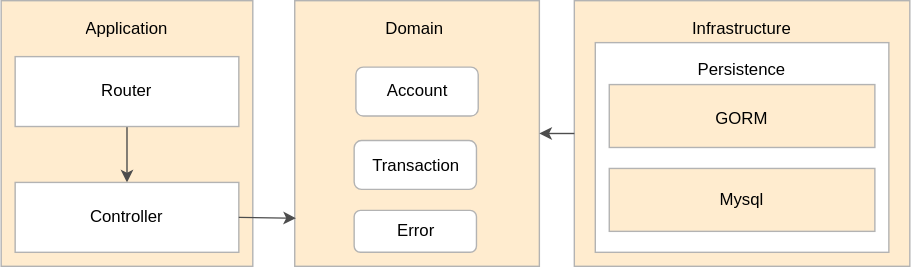
This is documentation/images/packages.svg from italomlaino/gobank, a draw.io export, as it was before one commit. Source tidied: cells renumbered, new cells last; positions are measured from the earlier drawing's top-left corner, leaving out a move shared by most shapes.
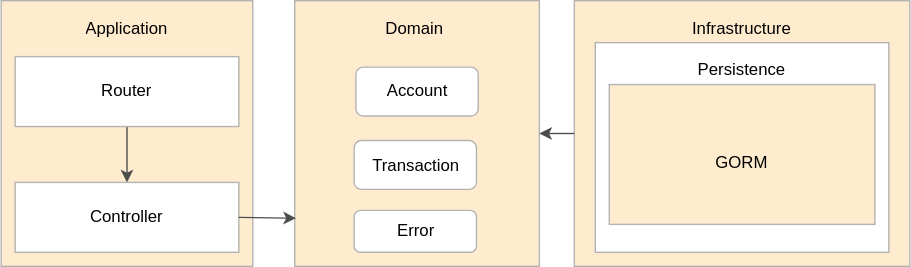
Later version of the same file.

The edit, as a diff of the source:
```diff
@@ -27,23 +27,14 @@
       <mxGeometry x="425" y="30" width="210" height="150" as="geometry" />
     </mxCell>
     <mxCell id="10" style="group;" parent="1" vertex="1">
-      <mxGeometry x="435" y="60" width="190" height="45" as="geometry" />
+      <mxGeometry x="435" y="60" width="190" height="100" as="geometry" />
     </mxCell>
     <mxCell id="11" style="whiteSpace=wrap;html=1;strokeWidth=1;shadow=0;glass=0;strokeColor=#B3B3B3;fillColor=#FFECCF;" parent="10" vertex="1">
-      <mxGeometry width="190" height="45" as="geometry" />
+      <mxGeometry width="190" height="100" as="geometry" />
     </mxCell>
     <mxCell id="12" value="GORM" style="text;html=1;strokeColor=none;fillColor=none;align=center;verticalAlign=middle;whiteSpace=wrap;overflow=hidden;shadow=0;glass=0;" parent="10" vertex="1">
-      <mxGeometry x="60" y="15" width="70" height="20" as="geometry" />
+      <mxGeometry x="60" y="33.3" width="70" height="44.4" as="geometry" />
     </mxCell>
-    <mxCell id="13" style="group;" parent="1" vertex="1">
-      <mxGeometry x="435" y="120" width="190" height="45" as="geometry" />
-    </mxCell>
-    <mxCell id="14" style="whiteSpace=wrap;html=1;strokeWidth=1;shadow=0;glass=0;strokeColor=#B3B3B3;fillColor=#FFECCF;" parent="13" vertex="1">
-      <mxGeometry width="190" height="45" as="geometry" />
-    </mxCell>
-    <mxCell id="15" value="Mysql" style="text;html=1;strokeColor=none;fillColor=none;align=center;verticalAlign=middle;whiteSpace=wrap;overflow=hidden;shadow=0;glass=0;" parent="13" vertex="1">
-      <mxGeometry x="60" y="12.5" width="70" height="20" as="geometry" />
-    </mxCell>
     <mxCell id="16" style="group;" parent="1" vertex="1">
       <mxGeometry x="10" y="130" width="160" height="50" as="geometry" />
     </mxCell>
```
